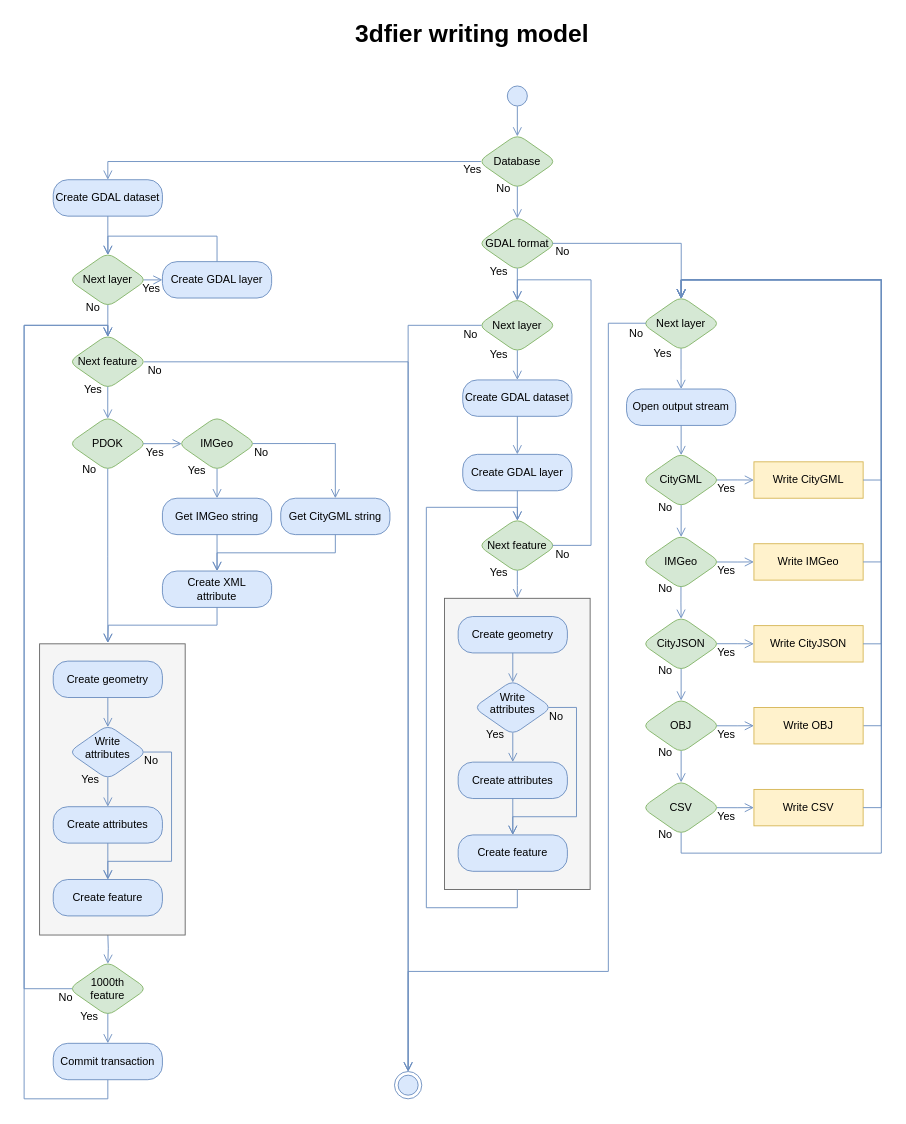
Above: resources/flowdiagrams/3dfier_writing_model.drawio in tudelft3d/3dfier (draw.io), before the change. Source tidied: cells renumbered, new cells numbered last; positions are measured from the earlier drawing's top-left corner, leaving out a move shared by most shapes. Both pictures are drawn from the tidied source at 91%, with x=0, y=0 at pixel (24, 15).
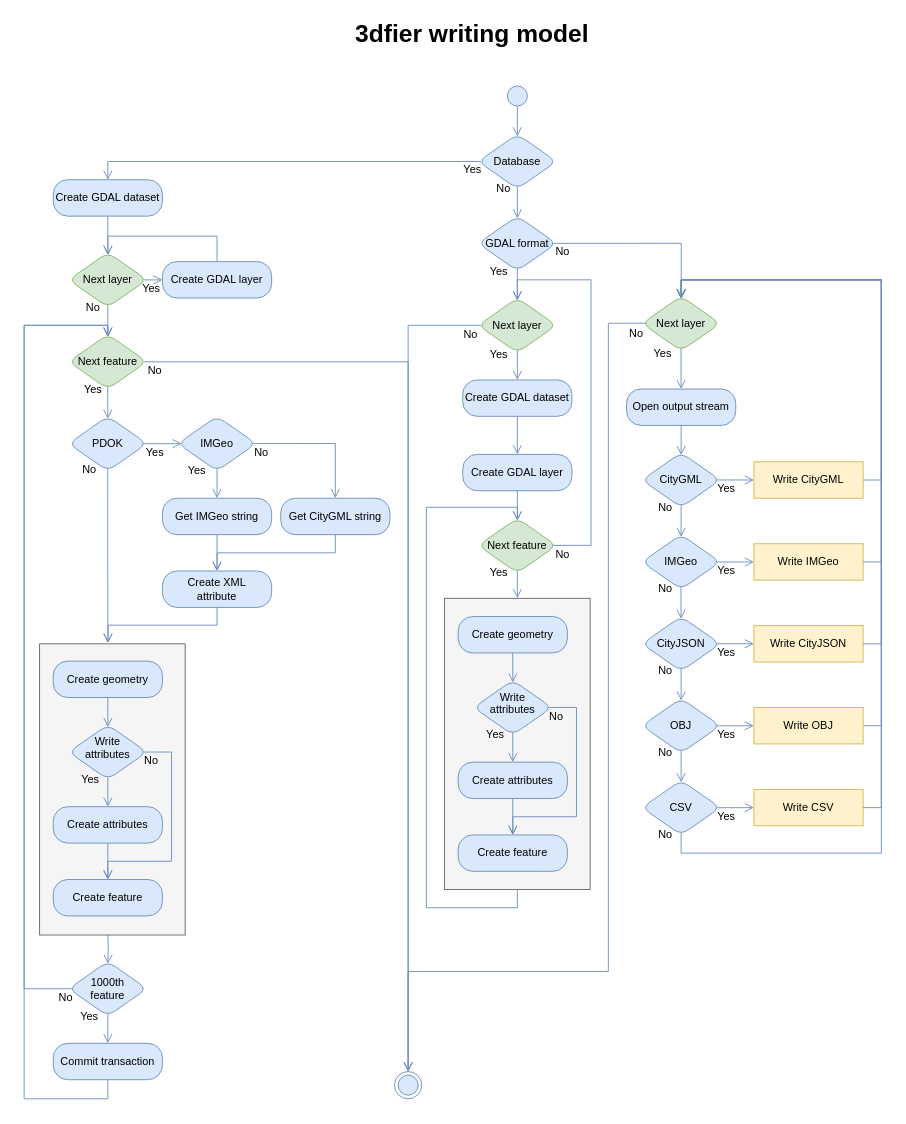
The same page after the edit.

What changed in the source:
```diff
@@
-    <mxCell id="6" value="GDAL format" style="rhombus;whiteSpace=wrap;html=1;fillColor=#d5e8d4;strokeColor=#82b366;rounded=1;shadow=0;strokeWidth=1;perimeterSpacing=0;" parent="1" vertex="1">
+    <mxCell id="6" value="GDAL format" style="rhombus;whiteSpace=wrap;html=1;fillColor=#dae8fc;strokeColor=#6c8ebf;rounded=1;shadow=0;strokeWidth=1;perimeterSpacing=0;" parent="1" vertex="1">
       <mxGeometry x="499" y="220" width="86" height="60" as="geometry" />
     </mxCell>
@@
-    <mxCell id="10" value="Database" style="rhombus;whiteSpace=wrap;html=1;fillColor=#d5e8d4;strokeColor=#82b366;rounded=1;shadow=0;strokeWidth=1;perimeterSpacing=0;" parent="1" vertex="1">
+    <mxCell id="10" value="Database" style="rhombus;whiteSpace=wrap;html=1;fillColor=#dae8fc;strokeColor=#6c8ebf;rounded=1;shadow=0;strokeWidth=1;perimeterSpacing=0;" parent="1" vertex="1">
       <mxGeometry x="499" y="130" width="86" height="60" as="geometry" />
     </mxCell>
@@
-    <mxCell id="35" value="IMGeo" style="rhombus;whiteSpace=wrap;html=1;fillColor=#d5e8d4;strokeColor=#82b366;rounded=1;shadow=0;strokeWidth=1;perimeterSpacing=0;" parent="1" vertex="1">
+    <mxCell id="35" value="IMGeo" style="rhombus;whiteSpace=wrap;html=1;fillColor=#dae8fc;strokeColor=#6c8ebf;rounded=1;shadow=0;strokeWidth=1;perimeterSpacing=0;" parent="1" vertex="1">
       <mxGeometry x="169" y="440" width="86" height="60" as="geometry" />
     </mxCell>
@@
-    <mxCell id="47" value="1000th &lt;br&gt;feature" style="rhombus;whiteSpace=wrap;html=1;fillColor=#d5e8d4;strokeColor=#82b366;rounded=1;shadow=0;strokeWidth=1;perimeterSpacing=0;" parent="1" vertex="1">
+    <mxCell id="47" value="1000th &lt;br&gt;feature" style="rhombus;whiteSpace=wrap;html=1;fillColor=#dae8fc;strokeColor=#6c8ebf;rounded=1;shadow=0;strokeWidth=1;perimeterSpacing=0;" parent="1" vertex="1">
       <mxGeometry x="49" y="1039" width="86" height="60" as="geometry" />
     </mxCell>
@@
-    <mxCell id="53" value="PDOK" style="rhombus;whiteSpace=wrap;html=1;fillColor=#d5e8d4;strokeColor=#82b366;rounded=1;shadow=0;strokeWidth=1;perimeterSpacing=0;" parent="1" vertex="1">
+    <mxCell id="53" value="PDOK" style="rhombus;whiteSpace=wrap;html=1;fillColor=#dae8fc;strokeColor=#6c8ebf;rounded=1;shadow=0;strokeWidth=1;perimeterSpacing=0;" parent="1" vertex="1">
       <mxGeometry x="49" y="440" width="86" height="60" as="geometry" />
     </mxCell>
@@
-    <mxCell id="96" value="CityGML" style="rhombus;whiteSpace=wrap;html=1;fillColor=#d5e8d4;strokeColor=#82b366;rounded=1;shadow=0;strokeWidth=1;perimeterSpacing=0;" parent="1" vertex="1">
+    <mxCell id="96" value="CityGML" style="rhombus;whiteSpace=wrap;html=1;fillColor=#dae8fc;strokeColor=#6c8ebf;rounded=1;shadow=0;strokeWidth=1;perimeterSpacing=0;" parent="1" vertex="1">
       <mxGeometry x="679" y="480" width="86" height="60" as="geometry" />
     </mxCell>
@@
-    <mxCell id="102" value="IMGeo" style="rhombus;whiteSpace=wrap;html=1;fillColor=#d5e8d4;strokeColor=#82b366;rounded=1;shadow=0;strokeWidth=1;perimeterSpacing=0;" parent="1" vertex="1">
+    <mxCell id="102" value="IMGeo" style="rhombus;whiteSpace=wrap;html=1;fillColor=#dae8fc;strokeColor=#6c8ebf;rounded=1;shadow=0;strokeWidth=1;perimeterSpacing=0;" parent="1" vertex="1">
       <mxGeometry x="679" y="570" width="86" height="60" as="geometry" />
     </mxCell>
@@
-    <mxCell id="105" value="CityJSON" style="rhombus;whiteSpace=wrap;html=1;fillColor=#d5e8d4;strokeColor=#82b366;rounded=1;shadow=0;strokeWidth=1;perimeterSpacing=0;" parent="1" vertex="1">
+    <mxCell id="105" value="CityJSON" style="rhombus;whiteSpace=wrap;html=1;fillColor=#dae8fc;strokeColor=#6c8ebf;rounded=1;shadow=0;strokeWidth=1;perimeterSpacing=0;" parent="1" vertex="1">
       <mxGeometry x="679" y="660" width="86" height="60" as="geometry" />
     </mxCell>
@@
-    <mxCell id="110" value="OBJ" style="rhombus;whiteSpace=wrap;html=1;fillColor=#d5e8d4;strokeColor=#82b366;rounded=1;shadow=0;strokeWidth=1;perimeterSpacing=0;" parent="1" vertex="1">
+    <mxCell id="110" value="OBJ" style="rhombus;whiteSpace=wrap;html=1;fillColor=#dae8fc;strokeColor=#6c8ebf;rounded=1;shadow=0;strokeWidth=1;perimeterSpacing=0;" parent="1" vertex="1">
       <mxGeometry x="679" y="750" width="86" height="60" as="geometry" />
     </mxCell>
@@
-    <mxCell id="114" value="CSV" style="rhombus;whiteSpace=wrap;html=1;fillColor=#d5e8d4;strokeColor=#82b366;rounded=1;shadow=0;strokeWidth=1;perimeterSpacing=0;" parent="1" vertex="1">
+    <mxCell id="114" value="CSV" style="rhombus;whiteSpace=wrap;html=1;fillColor=#dae8fc;strokeColor=#6c8ebf;rounded=1;shadow=0;strokeWidth=1;perimeterSpacing=0;" parent="1" vertex="1">
       <mxGeometry x="679" y="840" width="86" height="60" as="geometry" />
     </mxCell>
```
